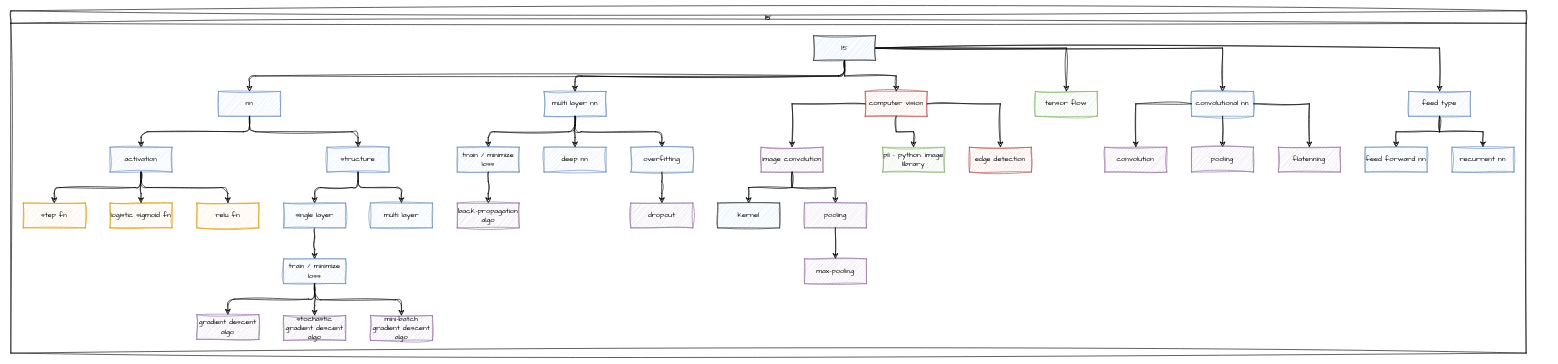
Earlier version of the draw.io diagram page "L5" (3 of 5) of ai.drawio (jagbarrameda/24.03-ai-course-cs50-harvard). Source tidied: cells renumbered, new cells numbered last; positions are measured from the earlier drawing's top-left corner, leaving out a move shared by most shapes. Both pictures are drawn from the tidied source at 62%, with x=0, y=0 at pixel (11, 11).
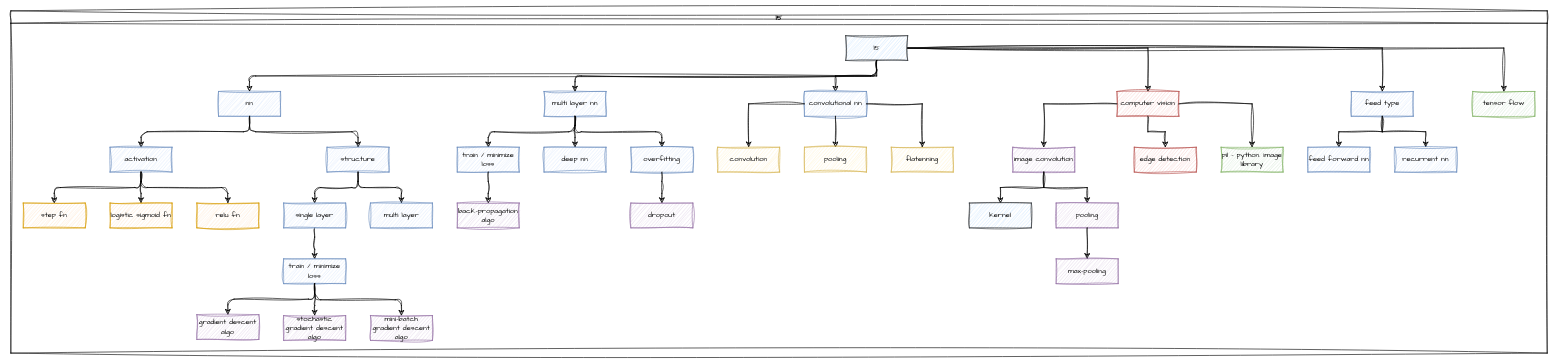
The same diagram, later.

The edit, as a diff of the source:
```diff
@@
     <mxCell id="2" value="l5" style="swimlane;startSize=20;horizontal=1;horizontalTree=0;containerType=tree;fontSize=12;sketch=1;hachureGap=4;jiggle=2;curveFitting=1;fontFamily=Architects Daughter;direction=east;" parent="1" vertex="1">
-      <mxGeometry width="2444" height="552" as="geometry" />
+      <mxGeometry width="2478" height="552" as="geometry" />
     </mxCell>
     <mxCell id="3" value="l5" style="whiteSpace=wrap;html=1;sketch=1;hachureGap=4;jiggle=2;curveFitting=1;fontFamily=Architects Daughter;fillColor=#cce5ff;strokeColor=#36393d;" parent="2" vertex="1">
-      <mxGeometry x="1294.7" y="40" width="100" height="40" as="geometry" />
+      <mxGeometry x="1346.5" y="40" width="100" height="40" as="geometry" />
     </mxCell>
@@
     <mxCell id="9" value="convolutional nn" style="whiteSpace=wrap;html=1;sketch=1;hachureGap=4;jiggle=2;curveFitting=1;fontFamily=Architects Daughter;fillColor=#dae8fc;strokeColor=#6c8ebf;" parent="2" vertex="1">
-      <mxGeometry x="1904.4" y="130" width="100" height="40" as="geometry" />
+      <mxGeometry x="1280" y="130" width="100" height="40" as="geometry" />
     </mxCell>
@@
-    <mxCell id="11" value="convolution" style="whiteSpace=wrap;html=1;sketch=1;hachureGap=4;jiggle=2;curveFitting=1;fontFamily=Architects Daughter;fillColor=#e1d5e7;strokeColor=#9673a6;" parent="2" vertex="1">
-      <mxGeometry x="1764.4" y="220" width="100" height="40" as="geometry" />
+    <mxCell id="11" value="convolution" style="whiteSpace=wrap;html=1;sketch=1;hachureGap=4;jiggle=2;curveFitting=1;fontFamily=Architects Daughter;fillColor=#fff2cc;strokeColor=#d6b656;" parent="2" vertex="1">
+      <mxGeometry x="1140" y="220" width="100" height="40" as="geometry" />
     </mxCell>
@@
-    <mxCell id="23" value="pooling" style="whiteSpace=wrap;html=1;sketch=1;hachureGap=4;jiggle=2;curveFitting=1;fontFamily=Architects Daughter;fillColor=#e1d5e7;strokeColor=#9673a6;" parent="2" vertex="1">
-      <mxGeometry x="1904.4" y="220" width="100" height="40" as="geometry" />
+    <mxCell id="23" value="pooling" style="whiteSpace=wrap;html=1;sketch=1;hachureGap=4;jiggle=2;curveFitting=1;fontFamily=Architects Daughter;fillColor=#fff2cc;strokeColor=#d6b656;" parent="2" vertex="1">
+      <mxGeometry x="1280" y="220" width="100" height="40" as="geometry" />
     </mxCell>
@@
-    <mxCell id="25" value="flatenning" style="whiteSpace=wrap;html=1;sketch=1;hachureGap=4;jiggle=2;curveFitting=1;fontFamily=Architects Daughter;fillColor=#e1d5e7;strokeColor=#9673a6;" parent="2" vertex="1">
-      <mxGeometry x="2044.4" y="220" width="100" height="40" as="geometry" />
+    <mxCell id="25" value="flatenning" style="whiteSpace=wrap;html=1;sketch=1;hachureGap=4;jiggle=2;curveFitting=1;fontFamily=Architects Daughter;fillColor=#fff2cc;strokeColor=#d6b656;" parent="2" vertex="1">
+      <mxGeometry x="1420" y="220" width="100" height="40" as="geometry" />
     </mxCell>
@@
     <mxCell id="43" value="computer vision" style="whiteSpace=wrap;html=1;sketch=1;hachureGap=4;jiggle=2;curveFitting=1;fontFamily=Architects Daughter;fillColor=#f8cecc;strokeColor=#b85450;" parent="2" vertex="1">
-      <mxGeometry x="1378" y="130" width="100" height="40" as="geometry" />
+      <mxGeometry x="1784" y="130" width="100" height="40" as="geometry" />
     </mxCell>
@@
     <mxCell id="45" value="image convolution" style="whiteSpace=wrap;html=1;sketch=1;hachureGap=4;jiggle=2;curveFitting=1;fontFamily=Architects Daughter;fillColor=#e1d5e7;strokeColor=#9673a6;" parent="2" vertex="1">
-      <mxGeometry x="1210" y="220" width="100" height="40" as="geometry" />
+      <mxGeometry x="1616" y="220" width="100" height="40" as="geometry" />
     </mxCell>
@@
     <mxCell id="47" value="kernel" style="whiteSpace=wrap;html=1;sketch=1;hachureGap=4;jiggle=2;curveFitting=1;fontFamily=Architects Daughter;fillColor=#cce5ff;strokeColor=#36393d;" parent="2" vertex="1">
-      <mxGeometry x="1140" y="310" width="100" height="40" as="geometry" />
+      <mxGeometry x="1546" y="310" width="100" height="40" as="geometry" />
     </mxCell>
@@
     <mxCell id="49" value="edge detection" style="whiteSpace=wrap;html=1;sketch=1;hachureGap=4;jiggle=2;curveFitting=1;fontFamily=Architects Daughter;fillColor=#f8cecc;strokeColor=#b85450;" parent="2" vertex="1">
-      <mxGeometry x="1546" y="220" width="100" height="40" as="geometry" />
+      <mxGeometry x="1812" y="220" width="100" height="40" as="geometry" />
     </mxCell>
@@
     <mxCell id="51" value="pil - python. image library" style="whiteSpace=wrap;html=1;sketch=1;hachureGap=4;jiggle=2;curveFitting=1;fontFamily=Architects Daughter;fillColor=#d5e8d4;strokeColor=#82b366;" parent="2" vertex="1">
-      <mxGeometry x="1406" y="220" width="100" height="40" as="geometry" />
+      <mxGeometry x="1952" y="220" width="100" height="40" as="geometry" />
     </mxCell>
@@
     <mxCell id="53" value="pooling" style="whiteSpace=wrap;html=1;sketch=1;hachureGap=4;jiggle=2;curveFitting=1;fontFamily=Architects Daughter;fillColor=#e1d5e7;strokeColor=#9673a6;" parent="2" vertex="1">
-      <mxGeometry x="1280" y="310" width="100" height="40" as="geometry" />
+      <mxGeometry x="1686" y="310" width="100" height="40" as="geometry" />
     </mxCell>
@@
     <mxCell id="55" value="max-pooling" style="whiteSpace=wrap;html=1;sketch=1;hachureGap=4;jiggle=2;curveFitting=1;fontFamily=Architects Daughter;fillColor=#e1d5e7;strokeColor=#9673a6;" parent="2" vertex="1">
-      <mxGeometry x="1280" y="400" width="100" height="40" as="geometry" />
+      <mxGeometry x="1686" y="400" width="100" height="40" as="geometry" />
     </mxCell>
     <mxCell id="56" value="feed type" style="whiteSpace=wrap;html=1;sketch=1;hachureGap=4;jiggle=2;curveFitting=1;fontFamily=Architects Daughter;fillColor=#dae8fc;strokeColor=#6c8ebf;" parent="2" vertex="1">
-      <mxGeometry x="2254.4" y="130" width="100" height="40" as="geometry" />
+      <mxGeometry x="2162" y="130" width="100" height="40" as="geometry" />
     </mxCell>
@@
     <mxCell id="58" value="tensor flow" style="whiteSpace=wrap;html=1;sketch=1;hachureGap=4;jiggle=2;curveFitting=1;fontFamily=Architects Daughter;fillColor=#d5e8d4;strokeColor=#82b366;" parent="2" vertex="1">
-      <mxGeometry x="1652.4" y="130" width="100" height="40" as="geometry" />
+      <mxGeometry x="2358" y="130" width="100" height="40" as="geometry" />
     </mxCell>
@@
     <mxCell id="61" value="feed forward nn" style="whiteSpace=wrap;html=1;sketch=1;hachureGap=4;jiggle=2;curveFitting=1;fontFamily=Architects Daughter;fillColor=#dae8fc;strokeColor=#6c8ebf;" parent="2" vertex="1">
-      <mxGeometry x="2184.4" y="220" width="100" height="40" as="geometry" />
+      <mxGeometry x="2092" y="220" width="100" height="40" as="geometry" />
     </mxCell>
@@
     <mxCell id="63" value="recurrent nn" style="whiteSpace=wrap;html=1;sketch=1;hachureGap=4;jiggle=2;curveFitting=1;fontFamily=Architects Daughter;fillColor=#dae8fc;strokeColor=#6c8ebf;" parent="2" vertex="1">
-      <mxGeometry x="2324.4" y="220" width="100" height="40" as="geometry" />
+      <mxGeometry x="2232" y="220" width="100" height="40" as="geometry" />
     </mxCell>
```
